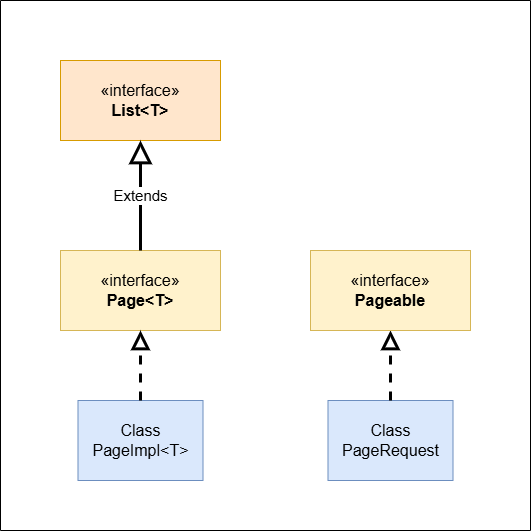
This is images/2024-11-12/Spring-Data-JPA-Paging-And-Sort/Spring_Data_JPA_Page_UML.png from JeroCaller/JeroCaller.github.io, a draw.io export, as it was before one commit. Source tidied: cells renumbered, new cells last; positions are measured from the earlier drawing's top-left corner, leaving out a move shared by most shapes.
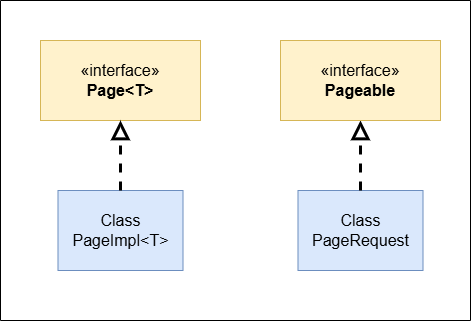
Above is the later version.

Commit message:
fix: 내용 오류 정정

Diff of the diagram source:
```diff
@@ -2,15 +2,9 @@
   <root>
     <mxCell id="0" />
     <mxCell id="1" parent="0" />
-    <mxCell id="2" value="&lt;font style=&quot;font-size: 16px;&quot;&gt;«interface»&lt;br&gt;&lt;b&gt;List&amp;lt;T&amp;gt;&lt;/b&gt;&lt;/font&gt;" style="html=1;whiteSpace=wrap;fillColor=#ffe6cc;strokeColor=#d79b00;" parent="1" vertex="1">
-      <mxGeometry x="60" y="60" width="160" height="80" as="geometry" />
-    </mxCell>
     <mxCell id="3" value="&lt;font style=&quot;font-size: 16px;&quot;&gt;«interface»&lt;br&gt;&lt;b&gt;Page&amp;lt;T&amp;gt;&lt;/b&gt;&lt;/font&gt;" style="html=1;whiteSpace=wrap;fillColor=#fff2cc;strokeColor=#d6b656;" parent="1" vertex="1">
       <mxGeometry x="60" y="250" width="160" height="80" as="geometry" />
     </mxCell>
-    <mxCell id="4" value="&lt;font style=&quot;font-size: 15px;&quot;&gt;Extends&lt;/font&gt;" style="endArrow=block;endSize=16;endFill=0;html=1;rounded=0;exitX=0.5;exitY=0;exitDx=0;exitDy=0;entryX=0.5;entryY=1;entryDx=0;entryDy=0;strokeWidth=3;" parent="1" edge="1" source="3" target="2">
-      <mxGeometry relative="1" as="geometry" />
-    </mxCell>
     <mxCell id="5" value="&lt;div&gt;&lt;font style=&quot;font-size: 16px;&quot;&gt;Class&lt;/font&gt;&lt;/div&gt;&lt;font style=&quot;font-size: 16px;&quot;&gt;PageImpl&amp;lt;T&amp;gt;&lt;/font&gt;" style="html=1;whiteSpace=wrap;fillColor=#dae8fc;strokeColor=#6c8ebf;" parent="1" vertex="1">
       <mxGeometry x="77.5" y="400" width="125" height="80" as="geometry" />
     </mxCell>
@@ -18,16 +12,16 @@
       <mxGeometry relative="1" as="geometry" />
     </mxCell>
     <mxCell id="7" style="swimlane;startSize=0;" parent="1" vertex="1">
-      <mxGeometry width="530" height="530" as="geometry" />
+      <mxGeometry x="20" y="210" width="470" height="320" as="geometry" />
     </mxCell>
     <mxCell id="8" value="&lt;div&gt;&lt;font style=&quot;font-size: 16px;&quot;&gt;Class&lt;/font&gt;&lt;/div&gt;&lt;span style=&quot;font-size: 16px;&quot;&gt;PageRequest&lt;/span&gt;" style="html=1;whiteSpace=wrap;fillColor=#dae8fc;strokeColor=#6c8ebf;" parent="7" vertex="1">
-      <mxGeometry x="327.5" y="400" width="125" height="80" as="geometry" />
+      <mxGeometry x="297.5" y="190" width="125" height="80" as="geometry" />
     </mxCell>
     <mxCell id="9" style="endArrow=block;dashed=1;endFill=0;endSize=12;html=1;rounded=0;exitX=0.5;exitY=0;exitDx=0;exitDy=0;entryX=0.5;entryY=1;entryDx=0;entryDy=0;strokeWidth=3;" parent="7" edge="1" source="8" target="10">
       <mxGeometry relative="1" as="geometry" />
     </mxCell>
     <mxCell id="10" value="&lt;font style=&quot;font-size: 16px;&quot;&gt;«interface»&lt;br&gt;&lt;b&gt;Pageable&lt;/b&gt;&lt;/font&gt;" style="html=1;whiteSpace=wrap;fillColor=#fff2cc;strokeColor=#d6b656;" parent="7" vertex="1">
-      <mxGeometry x="310" y="250" width="160" height="80" as="geometry" />
+      <mxGeometry x="280" y="40" width="160" height="80" as="geometry" />
     </mxCell>
   </root>
 </mxGraphModel>
```
